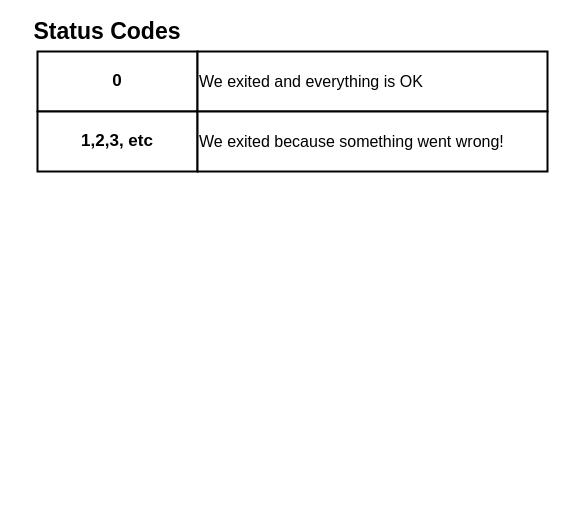
This is page "Status Codes_Restart Policies" (3 of 3) of docker/Dockerfile Flow.drawio from micheal08/mylearningdata, a draw.io file, before an edit. Source tidied: cells renumbered, new cells numbered last; positions are measured from the earlier drawing's top-left corner, leaving out a move shared by most shapes. Both pictures are drawn from the tidied source at 100%, with x=0, y=0 at pixel (17, 21).
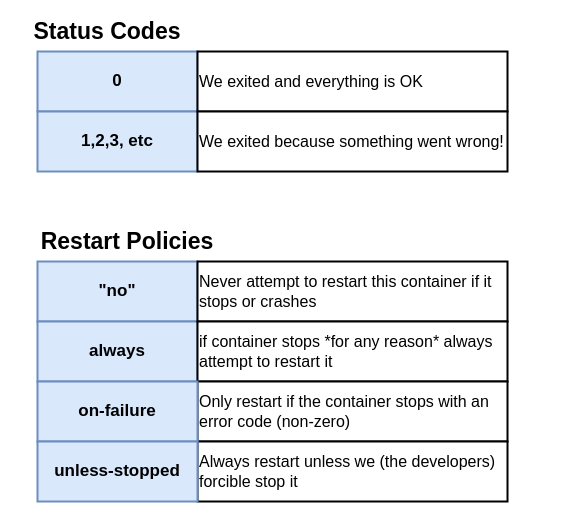
Above is the later version.

Commit message:
Added Restart Policies

The edit, as a diff of the source:
```diff
@@
 <mxGraphModel>
   <root>
     <mxCell id="0" />
     <mxCell id="1" parent="0" />
-    <mxCell id="2" value="0" style="rounded=0;whiteSpace=wrap;html=1;strokeWidth=2;fontSize=17;fontStyle=1;" parent="1" vertex="1">
+    <mxCell id="2" value="0" style="rounded=0;whiteSpace=wrap;html=1;strokeWidth=2;fontSize=17;fontStyle=1;fillColor=#dae8fc;strokeColor=#6c8ebf;" parent="1" vertex="1">
       <mxGeometry x="20" y="30" width="160" height="60" as="geometry" />
     </mxCell>
-    <mxCell id="3" value="1,2,3, etc" style="rounded=0;whiteSpace=wrap;html=1;strokeWidth=2;fontSize=17;fontStyle=1;" parent="1" vertex="1">
+    <mxCell id="3" value="1,2,3, etc" style="rounded=0;whiteSpace=wrap;html=1;strokeWidth=2;fontSize=17;fontStyle=1;fillColor=#dae8fc;strokeColor=#6c8ebf;" parent="1" vertex="1">
       <mxGeometry x="20" y="90" width="160" height="60" as="geometry" />
     </mxCell>
     <mxCell id="4" value="We exited and everything is OK" style="rounded=0;whiteSpace=wrap;html=1;strokeWidth=2;fontSize=16;align=left;" parent="1" vertex="1">
-      <mxGeometry x="180" y="30" width="350" height="60" as="geometry" />
+      <mxGeometry x="180" y="30" width="310" height="60" as="geometry" />
     </mxCell>
     <mxCell id="5" value="We exited because something went wrong!" style="rounded=0;whiteSpace=wrap;html=1;strokeWidth=2;fontSize=16;align=left;" parent="1" vertex="1">
-      <mxGeometry x="180" y="90" width="350" height="60" as="geometry" />
+      <mxGeometry x="180" y="90" width="310" height="60" as="geometry" />
     </mxCell>
     <mxCell id="6" value="Status Codes" style="text;html=1;strokeColor=none;fillColor=none;align=center;verticalAlign=middle;whiteSpace=wrap;rounded=0;fontSize=23;fontStyle=1;" parent="1" vertex="1">
       <mxGeometry width="180" height="20" as="geometry" />
     </mxCell>
+    <mxCell id="7" value="&quot;no&quot;" style="rounded=0;whiteSpace=wrap;html=1;strokeWidth=2;fontSize=17;fontStyle=1;fillColor=#dae8fc;strokeColor=#6c8ebf;" parent="1" vertex="1">
+      <mxGeometry x="20" y="240" width="160" height="60" as="geometry" />
+    </mxCell>
+    <mxCell id="8" value="always" style="rounded=0;whiteSpace=wrap;html=1;strokeWidth=2;fontSize=17;fontStyle=1;fillColor=#dae8fc;strokeColor=#6c8ebf;" parent="1" vertex="1">
+      <mxGeometry x="20" y="300" width="160" height="60" as="geometry" />
+    </mxCell>
+    <mxCell id="9" value="Restart Policies" style="text;html=1;strokeColor=none;fillColor=none;align=center;verticalAlign=middle;whiteSpace=wrap;rounded=0;fontSize=23;fontStyle=1;" parent="1" vertex="1">
+      <mxGeometry x="20" y="210" width="180" height="20" as="geometry" />
+    </mxCell>
+    <mxCell id="10" value="Never attempt to restart this container if it stops or crashes" style="rounded=0;whiteSpace=wrap;html=1;strokeWidth=2;fontSize=16;align=left;" parent="1" vertex="1">
+      <mxGeometry x="180" y="240" width="310" height="60" as="geometry" />
+    </mxCell>
+    <mxCell id="11" value="if container stops *for any reason* always attempt to restart it" style="rounded=0;whiteSpace=wrap;html=1;strokeWidth=2;fontSize=16;align=left;" parent="1" vertex="1">
+      <mxGeometry x="180" y="300" width="310" height="60" as="geometry" />
+    </mxCell>
+    <mxCell id="12" value="Only restart if the container stops with an error code (non-zero)" style="rounded=0;whiteSpace=wrap;html=1;strokeWidth=2;fontSize=16;align=left;" parent="1" vertex="1">
+      <mxGeometry x="180" y="360" width="310" height="60" as="geometry" />
+    </mxCell>
+    <mxCell id="13" value="Always restart unless we (the developers) forcible stop it" style="rounded=0;whiteSpace=wrap;html=1;strokeWidth=2;fontSize=16;align=left;" parent="1" vertex="1">
+      <mxGeometry x="180" y="420" width="310" height="60" as="geometry" />
+    </mxCell>
+    <mxCell id="14" value="on-failure" style="rounded=0;whiteSpace=wrap;html=1;strokeWidth=2;fontSize=17;fontStyle=1;fillColor=#dae8fc;strokeColor=#6c8ebf;" parent="1" vertex="1">
+      <mxGeometry x="20" y="360" width="160" height="60" as="geometry" />
+    </mxCell>
+    <mxCell id="15" value="unless-stopped" style="rounded=0;whiteSpace=wrap;html=1;strokeWidth=2;fontSize=17;fontStyle=1;fillColor=#dae8fc;strokeColor=#6c8ebf;" parent="1" vertex="1">
+      <mxGeometry x="20" y="420" width="160" height="60" as="geometry" />
+    </mxCell>
   </root>
 </mxGraphModel>
```
